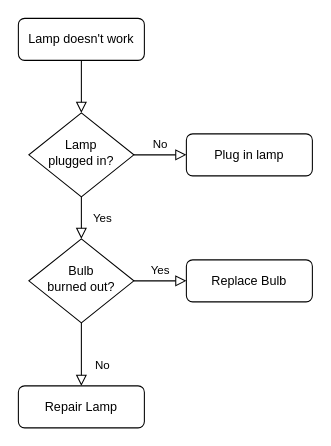
Before: Untitled Diagram.drawio in LLotte/TSP, a draw.io diagram. Source tidied: cells renumbered, new cells numbered last; positions are measured from the earlier drawing's top-left corner, leaving out a move shared by most shapes. Both pictures are drawn from the tidied source at 105%, with x=0, y=0 at pixel (18, 18).
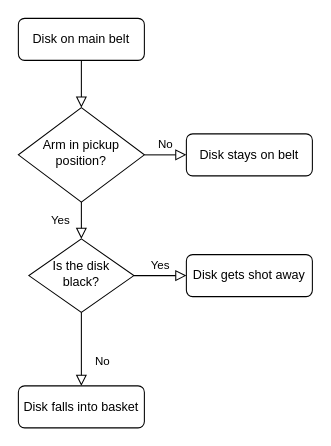
The same page after the edit.

The edit, as a diff of the source:
```diff
@@
 <mxGraphModel>
   <root>
     <mxCell id="0" />
     <mxCell id="1" parent="0" />
     <mxCell id="2" style="rounded=0;html=1;jettySize=auto;fontSize=11;endArrow=block;endFill=0;endSize=8;strokeWidth=1;shadow=0;labelBackgroundColor=none;edgeStyle=orthogonalEdgeStyle;" parent="1" edge="1" source="3" target="6">
       <mxGeometry relative="1" as="geometry" />
     </mxCell>
-    <mxCell id="3" value="Lamp doesn't work" style="rounded=1;whiteSpace=wrap;html=1;fontSize=12;glass=0;strokeWidth=1;shadow=0;" parent="1" vertex="1">
+    <mxCell id="3" value="Disk on main belt" style="rounded=1;whiteSpace=wrap;html=1;fontSize=12;glass=0;strokeWidth=1;shadow=0;" parent="1" vertex="1">
       <mxGeometry width="120" height="40" as="geometry" />
     </mxCell>
     <mxCell id="4" value="Yes" style="rounded=0;html=1;jettySize=auto;fontSize=11;endArrow=block;endFill=0;endSize=8;strokeWidth=1;shadow=0;labelBackgroundColor=none;edgeStyle=orthogonalEdgeStyle;" parent="1" edge="1" source="6" target="10">
       <mxGeometry y="20" relative="1" as="geometry" />
     </mxCell>
     <mxCell id="5" value="No" style="edgeStyle=orthogonalEdgeStyle;rounded=0;html=1;jettySize=auto;fontSize=11;endArrow=block;endFill=0;endSize=8;strokeWidth=1;shadow=0;labelBackgroundColor=none;" parent="1" edge="1" source="6" target="7">
       <mxGeometry y="10" relative="1" as="geometry" />
     </mxCell>
-    <mxCell id="6" value="Lamp&lt;br&gt;plugged in?" style="rhombus;whiteSpace=wrap;html=1;shadow=0;fontFamily=Helvetica;fontSize=12;align=center;strokeWidth=1;spacing=6;spacingTop=-4;" parent="1" vertex="1">
-      <mxGeometry x="10" y="90" width="100" height="80" as="geometry" />
+    <mxCell id="6" value="Arm in pickup position?" style="rhombus;whiteSpace=wrap;html=1;shadow=0;fontFamily=Helvetica;fontSize=12;align=center;strokeWidth=1;spacing=6;spacingTop=-4;" parent="1" vertex="1">
+      <mxGeometry y="85" width="120" height="90" as="geometry" />
     </mxCell>
-    <mxCell id="7" value="Plug in lamp" style="rounded=1;whiteSpace=wrap;html=1;fontSize=12;glass=0;strokeWidth=1;shadow=0;" parent="1" vertex="1">
+    <mxCell id="7" value="Disk stays on belt" style="rounded=1;whiteSpace=wrap;html=1;fontSize=12;glass=0;strokeWidth=1;shadow=0;" parent="1" vertex="1">
       <mxGeometry x="160" y="110" width="120" height="40" as="geometry" />
     </mxCell>
     <mxCell id="8" value="No" style="rounded=0;html=1;jettySize=auto;fontSize=11;endArrow=block;endFill=0;endSize=8;strokeWidth=1;shadow=0;labelBackgroundColor=none;edgeStyle=orthogonalEdgeStyle;" parent="1" edge="1" source="10" target="11">
       <mxGeometry x="0.33" y="20" relative="1" as="geometry" />
     </mxCell>
     <mxCell id="9" value="Yes" style="edgeStyle=orthogonalEdgeStyle;rounded=0;html=1;jettySize=auto;fontSize=11;endArrow=block;endFill=0;endSize=8;strokeWidth=1;shadow=0;labelBackgroundColor=none;" parent="1" edge="1" source="10" target="12">
       <mxGeometry y="10" relative="1" as="geometry" />
     </mxCell>
-    <mxCell id="10" value="Bulb&lt;br&gt;burned out?" style="rhombus;whiteSpace=wrap;html=1;shadow=0;fontFamily=Helvetica;fontSize=12;align=center;strokeWidth=1;spacing=6;spacingTop=-4;" parent="1" vertex="1">
-      <mxGeometry x="10" y="210" width="100" height="80" as="geometry" />
+    <mxCell id="10" value="Is the disk&lt;br&gt;black?" style="rhombus;whiteSpace=wrap;html=1;shadow=0;fontFamily=Helvetica;fontSize=12;align=center;strokeWidth=1;spacing=6;spacingTop=-4;" parent="1" vertex="1">
+      <mxGeometry x="10" y="210" width="100" height="70" as="geometry" />
     </mxCell>
-    <mxCell id="11" value="Repair Lamp" style="rounded=1;whiteSpace=wrap;html=1;fontSize=12;glass=0;strokeWidth=1;shadow=0;" parent="1" vertex="1">
+    <mxCell id="11" value="Disk falls into basket" style="rounded=1;whiteSpace=wrap;html=1;fontSize=12;glass=0;strokeWidth=1;shadow=0;" parent="1" vertex="1">
       <mxGeometry y="350" width="120" height="40" as="geometry" />
     </mxCell>
-    <mxCell id="12" value="Replace Bulb" style="rounded=1;whiteSpace=wrap;html=1;fontSize=12;glass=0;strokeWidth=1;shadow=0;" parent="1" vertex="1">
-      <mxGeometry x="160" y="230" width="120" height="40" as="geometry" />
+    <mxCell id="12" value="Disk gets shot away" style="rounded=1;whiteSpace=wrap;html=1;fontSize=12;glass=0;strokeWidth=1;shadow=0;" parent="1" vertex="1">
+      <mxGeometry x="160" y="225" width="120" height="40" as="geometry" />
     </mxCell>
   </root>
 </mxGraphModel>
```
